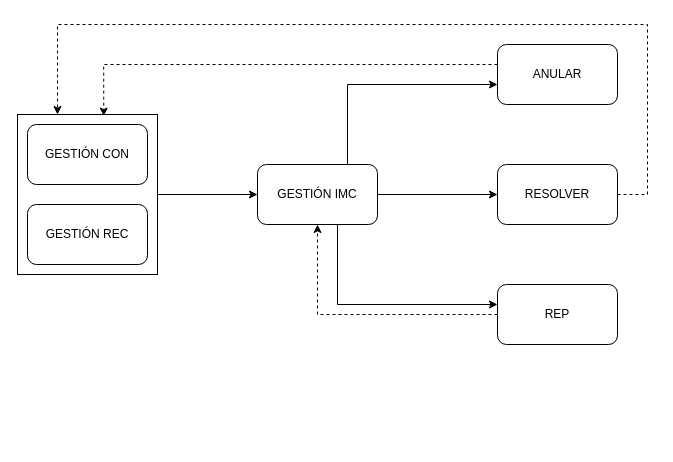
rlop666/diagramas keeps this draw.io diagram as page "IMC" (6 of 7) of mierdas.drawio. Above is the earlier version. Source tidied: cells renumbered, new cells numbered last; positions are measured from the earlier drawing's top-left corner, leaving out a move shared by most shapes. Both pictures are drawn from the tidied source at 100%, with x=0, y=0 at pixel (17, 24).
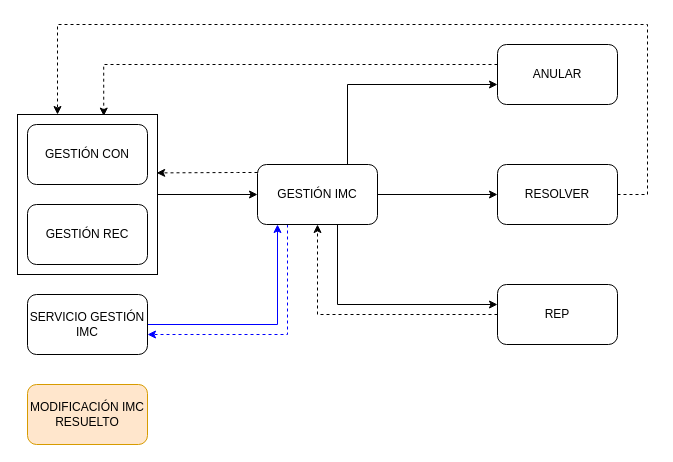
The same diagram, later.

The change refers to these unchanged cells:
```xml
<mxCell id="3" style="rounded=0;whiteSpace=wrap;html=1;" parent="1" vertex="1">
  <mxGeometry y="90" width="140" height="160" as="geometry" />
</mxCell>
<mxCell id="7" value="GESTIÓN IMC" style="rounded=1;whiteSpace=wrap;html=1;" parent="1" vertex="1">
  <mxGeometry x="240" y="140" width="120" height="60" as="geometry" />
</mxCell>
```

The edit, as a diff of the source:
```diff
@@
+    <mxCell id="16" style="edgeStyle=orthogonalEdgeStyle;rounded=0;jettySize=auto;html=1;dashed=1;strokeColor=#0000FF;" parent="1" edge="1" source="7" target="18">
+      <mxGeometry relative="1" as="geometry">
+        <Array as="points">
+          <mxPoint x="270" y="310" />
+        </Array>
+      </mxGeometry>
+    </mxCell>
@@
+    <mxCell id="17" style="edgeStyle=orthogonalEdgeStyle;rounded=0;jettySize=auto;html=1;strokeColor=#0000FF;" parent="1" edge="1" source="18" target="7">
+      <mxGeometry relative="1" as="geometry">
+        <Array as="points">
+          <mxPoint x="260" y="300" />
+        </Array>
+      </mxGeometry>
+    </mxCell>
+    <mxCell id="18" value="SERVICIO GESTIÓN IMC" style="rounded=1;whiteSpace=wrap;html=1;" parent="1" vertex="1">
+      <mxGeometry x="10" y="270" width="120" height="60" as="geometry" />
+    </mxCell>
+    <mxCell id="19" style="edgeStyle=orthogonalEdgeStyle;rounded=0;jettySize=auto;html=1;entryX=0.994;entryY=0.365;entryDx=0;entryDy=0;entryPerimeter=0;dashed=1;" parent="1" edge="1" source="7" target="3">
+      <mxGeometry relative="1" as="geometry">
+        <Array as="points">
+          <mxPoint x="220" y="148" />
+          <mxPoint x="220" y="148" />
+        </Array>
+      </mxGeometry>
+    </mxCell>
+    <mxCell id="20" value="MODIFICACIÓN IMC RESUELTO" style="rounded=1;whiteSpace=wrap;html=1;fillColor=#ffe6cc;strokeColor=#d79b00;" parent="1" vertex="1">
+      <mxGeometry x="10" y="360" width="120" height="60" as="geometry" />
+    </mxCell>
```
